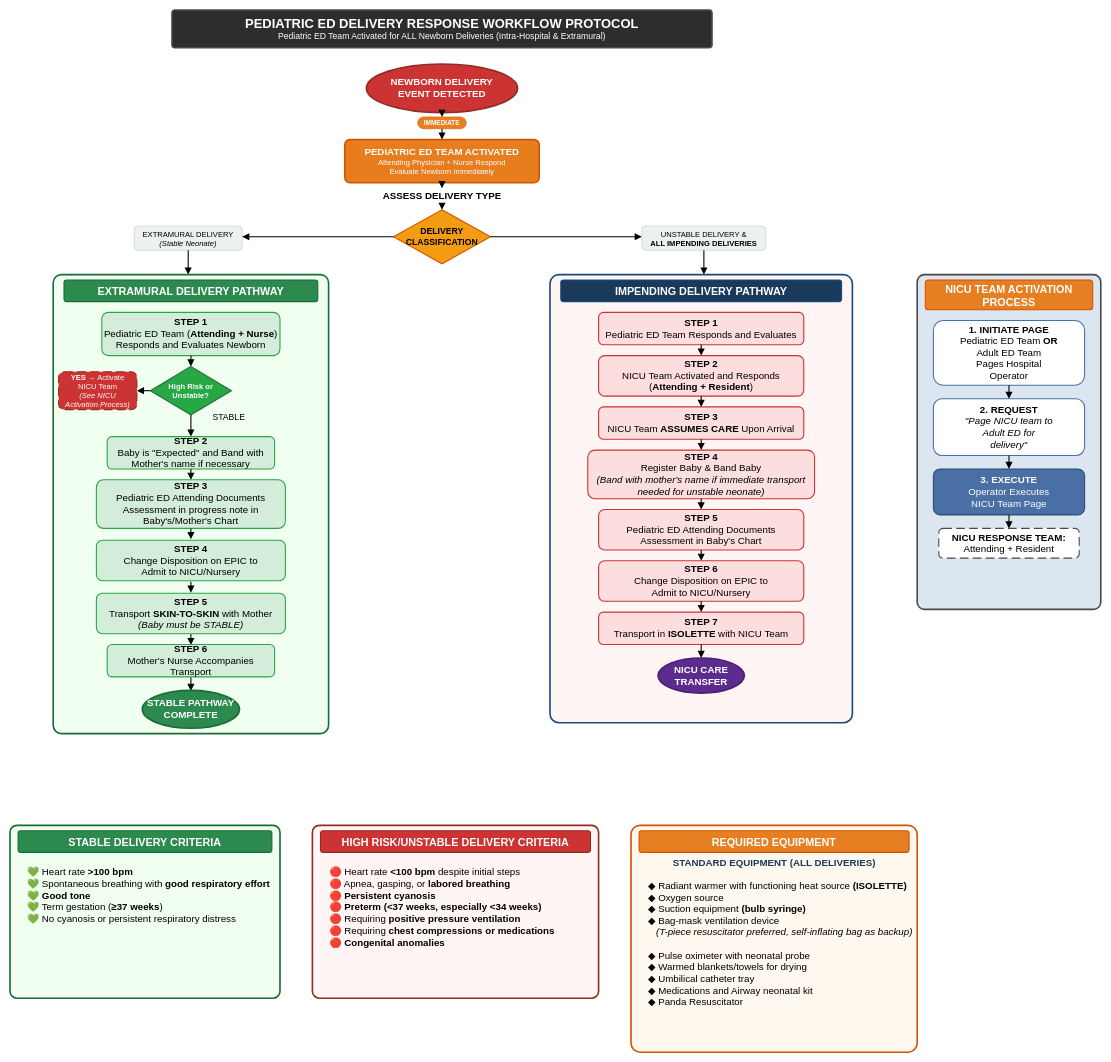
Earlier version of the draw.io diagram nicu jul 30 latest.drawio (ifedan-ed/drawio). Source tidied: cells renumbered, new cells numbered last; positions are measured from the earlier drawing's top-left corner, leaving out a move shared by most shapes. Both pictures are drawn from the tidied source at 54%, with x=0, y=0 at pixel (10, 10).
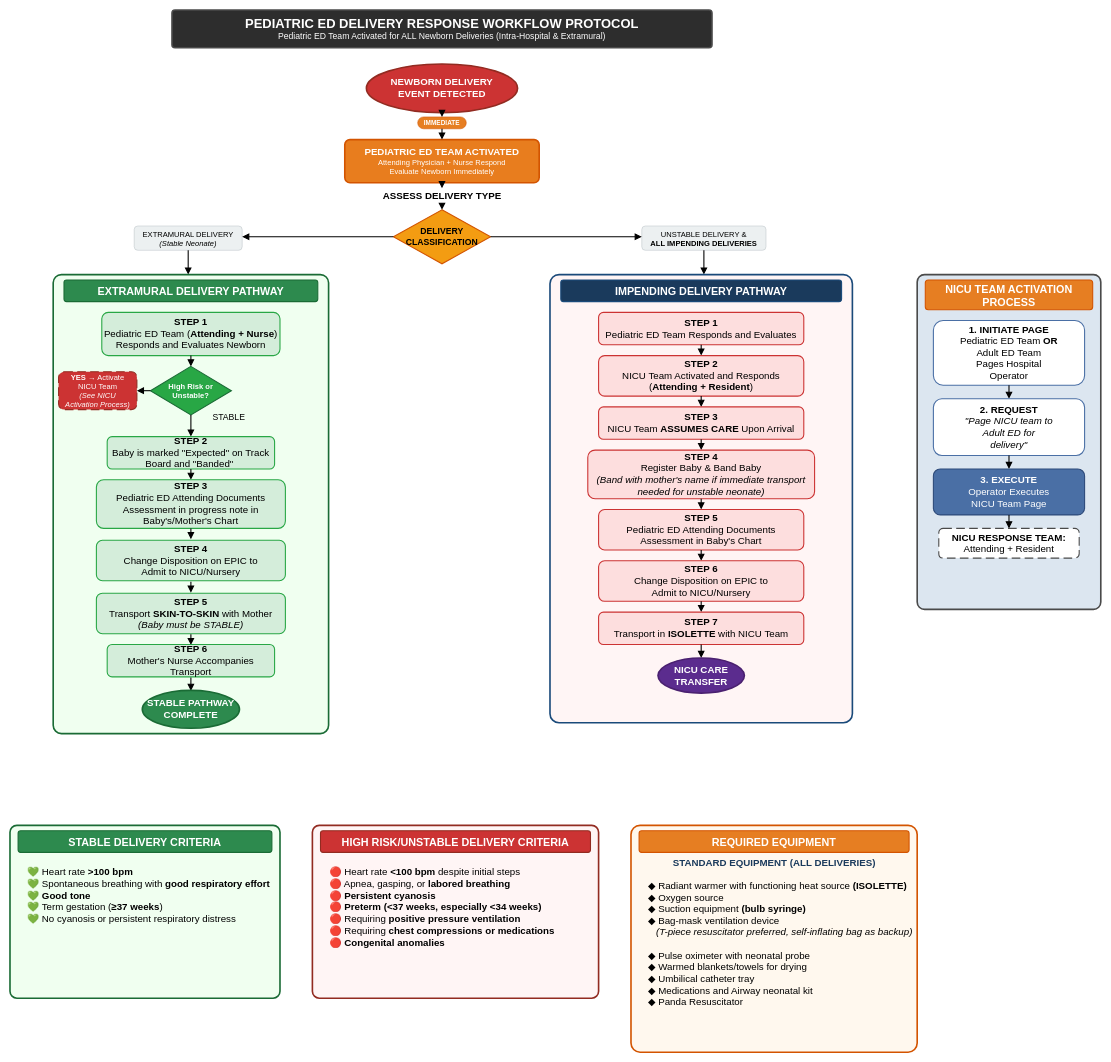
The same page after the edit.

Diff of the diagram source:
```diff
@@
-    <mxCell id="27" value="&lt;font style=&quot;&quot;&gt;&lt;b style=&quot;font-size: 18px;&quot;&gt;STEP 2&lt;/b&gt;&lt;br&gt;&lt;span style=&quot;font-size: 18px;&quot;&gt;Baby is &quot;Expected&quot; and Band with Mother's name if necessary&lt;/span&gt;&lt;/font&gt;" style="rounded=1;whiteSpace=wrap;html=1;fillColor=#d4edda;strokeColor=#28a745;strokeWidth=2;" parent="1" vertex="1">
+    <mxCell id="27" value="&lt;font style=&quot;&quot;&gt;&lt;b style=&quot;font-size: 18px;&quot;&gt;STEP 2&lt;/b&gt;&lt;br&gt;&lt;span style=&quot;font-size: 18px;&quot;&gt;Baby is marked &quot;Expected&quot; on Track Board and &quot;Banded&quot;&amp;nbsp;&lt;/span&gt;&lt;/font&gt;" style="rounded=1;whiteSpace=wrap;html=1;fillColor=#d4edda;strokeColor=#28a745;strokeWidth=2;" parent="1" vertex="1">
       <mxGeometry x="180" y="790" width="310" height="60" as="geometry" />
     </mxCell>
```
